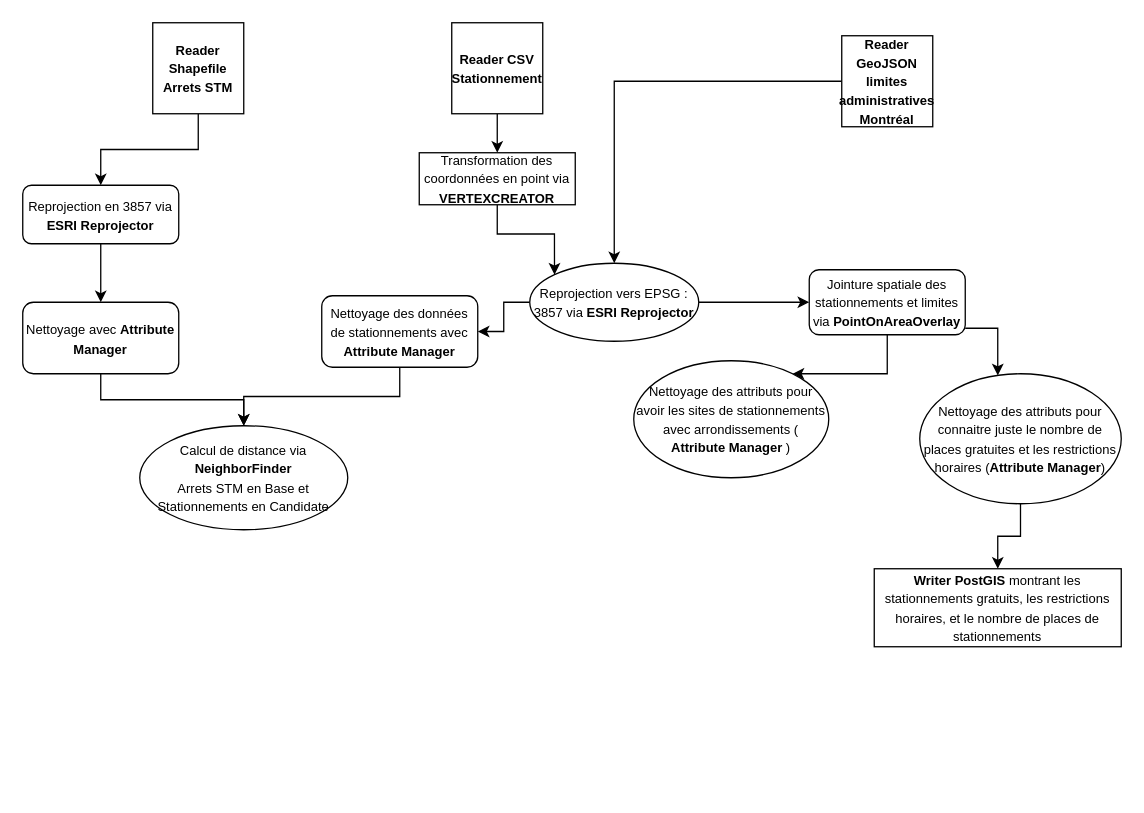
Lorry139/geo7630h25 keeps this draw.io diagram as TP2/Schéma/Untitled Diagram.drawio. Above is the earlier version. Source tidied: cells renumbered, new cells numbered last; positions are measured from the earlier drawing's top-left corner, leaving out a move shared by most shapes. Both pictures are drawn from the tidied source at 130%, with x=0, y=0 at pixel (22, 22).
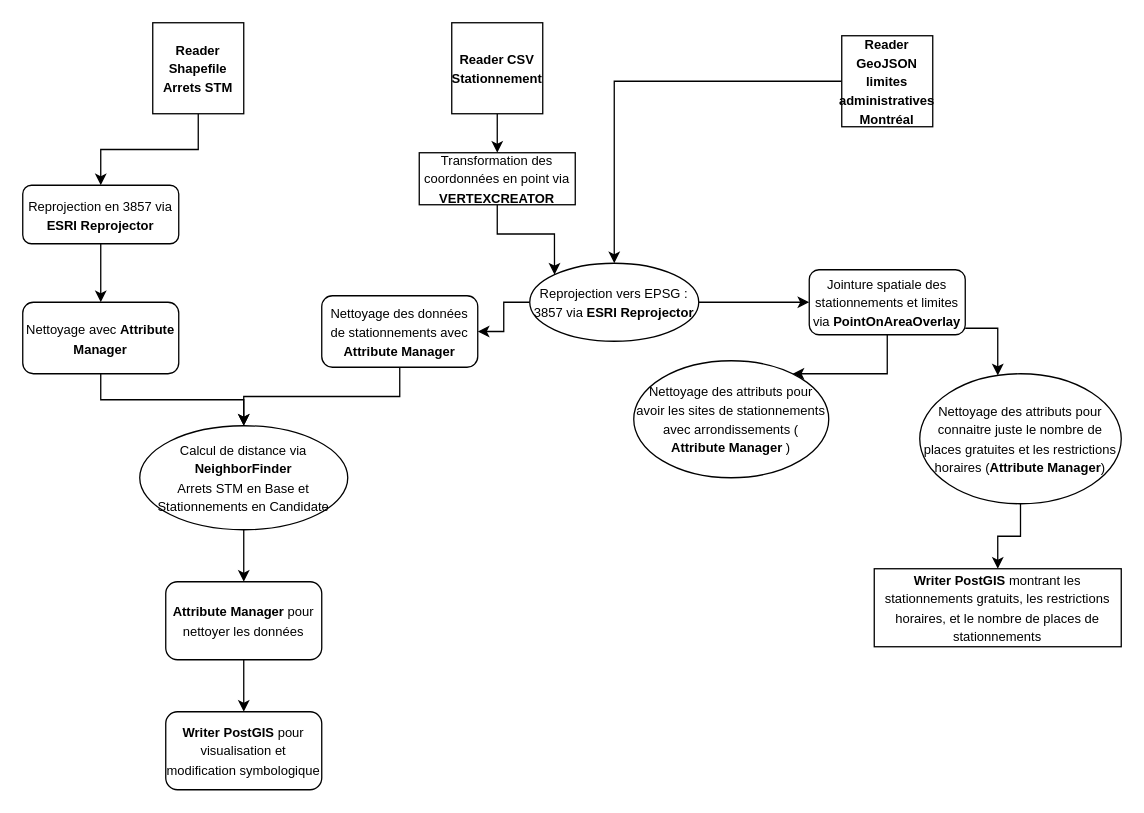
After the change.

Commit message:
Schéma processus ETL.drawio

The change refers to these unchanged cells:
```xml
<mxCell id="27" value="&lt;div&gt;&lt;font style=&quot;font-size: 10px;&quot;&gt;Calcul de distance via &lt;b&gt;NeighborFinder&lt;/b&gt;&lt;/font&gt;&lt;/div&gt;&lt;div&gt;&lt;font style=&quot;font-size: 10px;&quot;&gt;Arrets STM en Base et Stationnements en Candidate&lt;/font&gt;&lt;/div&gt;" style="ellipse;whiteSpace=wrap;html=1;" parent="1" vertex="1">
  <mxGeometry x="90" y="310" width="160" height="80" as="geometry" />
</mxCell>
```

What changed in the source:
```diff
@@
+    <mxCell id="28" style="edgeStyle=orthogonalEdgeStyle;rounded=0;jettySize=auto;html=1;" parent="1" edge="1" source="27" target="30">
+      <mxGeometry relative="1" as="geometry" />
+    </mxCell>
@@
+    <mxCell id="29" style="edgeStyle=orthogonalEdgeStyle;rounded=0;jettySize=auto;html=1;" parent="1" edge="1" source="30" target="31">
+      <mxGeometry relative="1" as="geometry" />
+    </mxCell>
+    <mxCell id="30" value="&lt;font style=&quot;font-size: 10px;&quot;&gt;&lt;b&gt;&lt;font&gt;Attribute Manager&lt;/font&gt;&lt;/b&gt; pour nettoyer les données&lt;/font&gt;" style="rounded=1;whiteSpace=wrap;html=1;" parent="1" vertex="1">
+      <mxGeometry x="110" y="430" width="120" height="60" as="geometry" />
+    </mxCell>
+    <mxCell id="31" value="&lt;font style=&quot;font-size: 10px;&quot;&gt;&lt;b&gt;Writer PostGIS&lt;/b&gt; pour visualisation et modification symbologique&lt;/font&gt;" style="whiteSpace=wrap;html=1;rounded=1;" parent="1" vertex="1">
+      <mxGeometry x="110" y="530" width="120" height="60" as="geometry" />
+    </mxCell>
```
